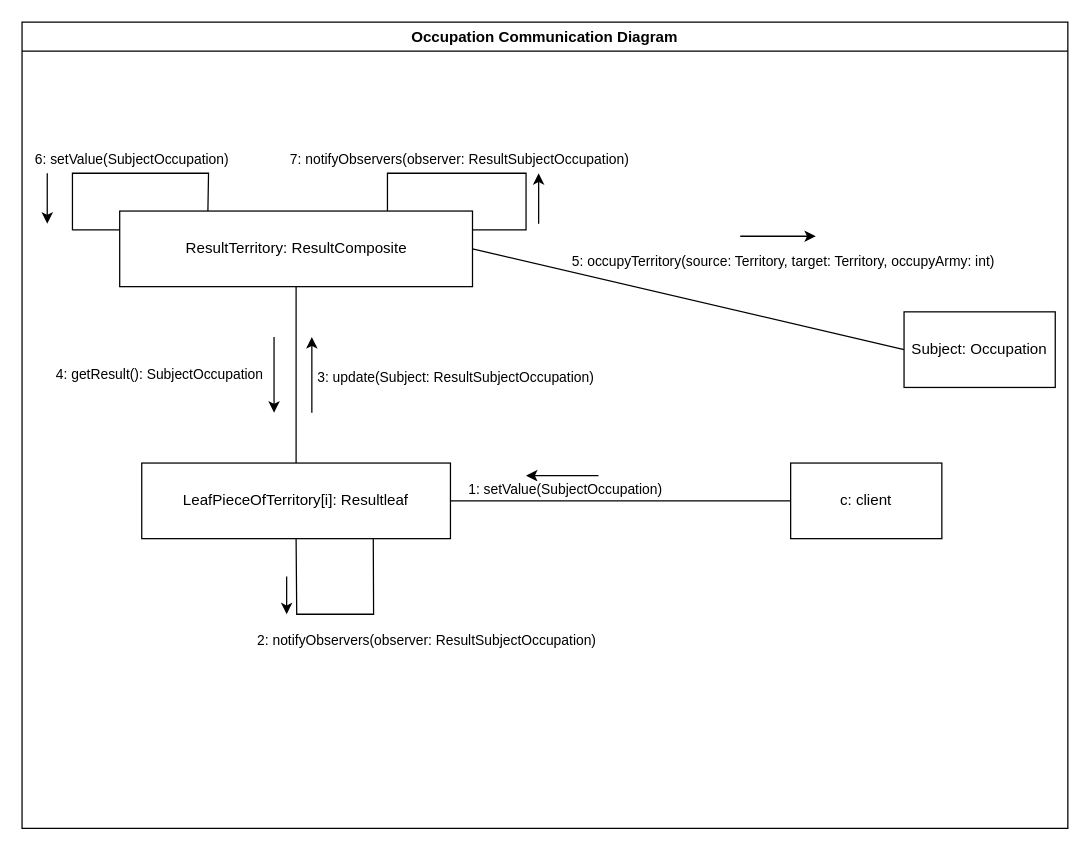
Earlier version of the draw.io diagram CommunicationDragram.drawio (arqowl/War_CommunicationDiagram_Occupation). Source tidied: cells renumbered, new cells numbered last; positions are measured from the earlier drawing's top-left corner, leaving out a move shared by most shapes. Both pictures are drawn from the tidied source at 126%, with x=0, y=0 at pixel (21, 21).
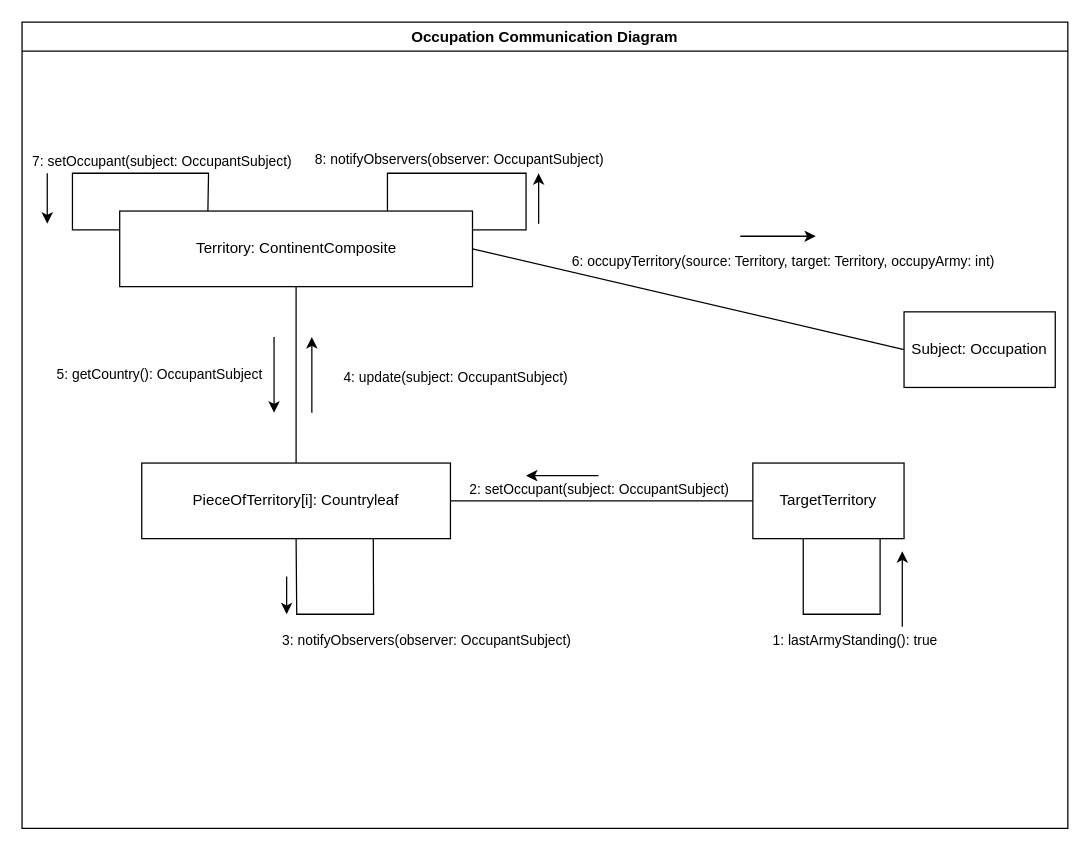
The same diagram, later.

The change refers to these unchanged cells:
```xml
<mxCell id="7" style="endArrow=classic;html=1;rounded=0;" parent="1" edge="1">
  <mxGeometry relative="1" as="geometry">
    <mxPoint x="457.5" y="360" as="sourcePoint" />
    <mxPoint x="400" y="360" as="targetPoint" />
  </mxGeometry>
</mxCell>
<mxCell id="26" value="Occupation Communication Diagram" style="swimlane;whiteSpace=wrap;html=1;" parent="1" vertex="1">
  <mxGeometry width="830" height="640" as="geometry" />
</mxCell>
```

Change to the diagram source:
```diff
@@
-    <mxCell id="2" value="&lt;div&gt;ResultTerritory: ResultComposite&lt;/div&gt;" style="rounded=0;whiteSpace=wrap;html=1;" parent="1" vertex="1">
+    <mxCell id="2" value="&lt;div&gt;Territory: ContinentComposite&lt;/div&gt;" style="rounded=0;whiteSpace=wrap;html=1;" parent="1" vertex="1">
       <mxGeometry x="77.5" y="150" width="280" height="60" as="geometry" />
     </mxCell>
-    <mxCell id="3" value="&lt;div&gt;LeafPieceOfTerritory[i]: Resultleaf&lt;/div&gt;" style="rounded=0;whiteSpace=wrap;html=1;" parent="1" vertex="1">
+    <mxCell id="3" value="&lt;div&gt;PieceOfTerritory[i]: Countryleaf&lt;/div&gt;" style="rounded=0;whiteSpace=wrap;html=1;" parent="1" vertex="1">
       <mxGeometry x="95" y="350" width="245" height="60" as="geometry" />
     </mxCell>
@@
-    <mxCell id="8" value="1: setValue(SubjectOccupation)" style="edgeLabel;html=1;align=center;verticalAlign=middle;" parent="7" vertex="1">
+    <mxCell id="8" value="2: setOccupant(subject: OccupantSubject)" style="edgeLabel;html=1;align=center;verticalAlign=middle;" parent="7" vertex="1">
       <mxGeometry x="-0.23" y="3" relative="1" as="geometry">
-        <mxPoint x="-5" y="7" as="offset" />
+        <mxPoint x="22" y="7" as="offset" />
       </mxGeometry>
     </mxCell>
@@
-    <mxCell id="10" value="2: notifyObservers(observer: ResultSubjectOccupation)" style="edgeLabel;html=1;align=center;verticalAlign=middle;" parent="1" vertex="1">
+    <mxCell id="10" value="3: notifyObservers(observer: OccupantSubject)" style="edgeLabel;html=1;align=center;verticalAlign=middle;" parent="1" vertex="1">
       <mxGeometry x="320" y="490" as="geometry" />
     </mxCell>
-    <mxCell id="11" value="3: update(Subject: ResultSubjectOccupation)" style="edgeLabel;html=1;align=center;verticalAlign=middle;" parent="1" vertex="1">
+    <mxCell id="11" value="4: update(subject: OccupantSubject)" style="edgeLabel;html=1;align=center;verticalAlign=middle;" parent="1" vertex="1">
       <mxGeometry x="330" y="280" as="geometry">
         <mxPoint x="13" y="1" as="offset" />
       </mxGeometry>
     </mxCell>
-    <mxCell id="12" value="4: getResult(): SubjectOccupation" style="edgeLabel;html=1;align=center;verticalAlign=middle;" parent="1" vertex="1">
+    <mxCell id="12" value="5: getCountry(): OccupantSubject" style="edgeLabel;html=1;align=center;verticalAlign=middle;" parent="1" vertex="1">
       <mxGeometry x="95" y="280" as="geometry">
         <mxPoint x="13" y="-1" as="offset" />
       </mxGeometry>
     </mxCell>
-    <mxCell id="13" value="5: occupyTerritory(source: Territory, target: Territory, occupyArmy: int)" style="edgeLabel;html=1;align=center;verticalAlign=middle;" parent="1" vertex="1">
+    <mxCell id="13" value="6: occupyTerritory(source: Territory, target: Territory, occupyArmy: int)" style="edgeLabel;html=1;align=center;verticalAlign=middle;" parent="1" vertex="1">
       <mxGeometry x="590" y="190" as="geometry">
         <mxPoint x="13" y="-1" as="offset" />
       </mxGeometry>
     </mxCell>
@@
-    <mxCell id="15" value="6: setValue(SubjectOccupation)" style="edgeLabel;html=1;align=center;verticalAlign=middle;" parent="1" vertex="1">
-      <mxGeometry x="60" y="120" as="geometry">
-        <mxPoint x="26" y="-12" as="offset" />
-      </mxGeometry>
-    </mxCell>
@@
-    <mxCell id="17" value="7: notifyObservers(observer: ResultSubjectOccupation)" style="edgeLabel;html=1;align=center;verticalAlign=middle;" parent="1" vertex="1">
+    <mxCell id="17" value="8: notifyObservers(observer: OccupantSubject)" style="edgeLabel;html=1;align=center;verticalAlign=middle;" parent="1" vertex="1">
       <mxGeometry x="320" y="120" as="geometry">
         <mxPoint x="26" y="-12" as="offset" />
       </mxGeometry>
     </mxCell>
-    <mxCell id="18" value="c: client" style="rounded=0;whiteSpace=wrap;html=1;" parent="1" vertex="1">
-      <mxGeometry x="610" y="350" width="120" height="60" as="geometry" />
-    </mxCell>
@@
+    <mxCell id="27" value="7: setOccupant(subject: OccupantSubject)" style="edgeLabel;html=1;align=center;verticalAlign=middle;" parent="26" vertex="1">
+      <mxGeometry x="110" y="110" as="geometry" />
+    </mxCell>
+    <mxCell id="18" value="TargetTerritory" style="rounded=0;whiteSpace=wrap;html=1;" parent="26" vertex="1">
+      <mxGeometry x="580" y="350" width="120" height="60" as="geometry" />
+    </mxCell>
+    <mxCell id="28" style="endArrow=none;html=1;rounded=0;entryX=0.5;entryY=1;entryDx=0;entryDy=0;exitX=0.75;exitY=1;exitDx=0;exitDy=0;startSize=1;endSize=1;" parent="26" edge="1">
+      <mxGeometry relative="1" as="geometry">
+        <mxPoint x="681" y="410" as="sourcePoint" />
+        <mxPoint x="620" y="410" as="targetPoint" />
+        <Array as="points">
+          <mxPoint x="681" y="470" />
+          <mxPoint x="620" y="470" />
+        </Array>
+      </mxGeometry>
+    </mxCell>
+    <mxCell id="29" value="1: lastArmyStanding(): true" style="edgeLabel;html=1;align=center;verticalAlign=middle;" parent="26" vertex="1">
+      <mxGeometry x="660" y="490" as="geometry" />
+    </mxCell>
+    <mxCell id="30" style="endArrow=classic;html=1;rounded=0;" parent="26" edge="1">
+      <mxGeometry relative="1" as="geometry">
+        <mxPoint x="698.6" y="480" as="sourcePoint" />
+        <mxPoint x="698.6" y="420" as="targetPoint" />
+      </mxGeometry>
+    </mxCell>
```
